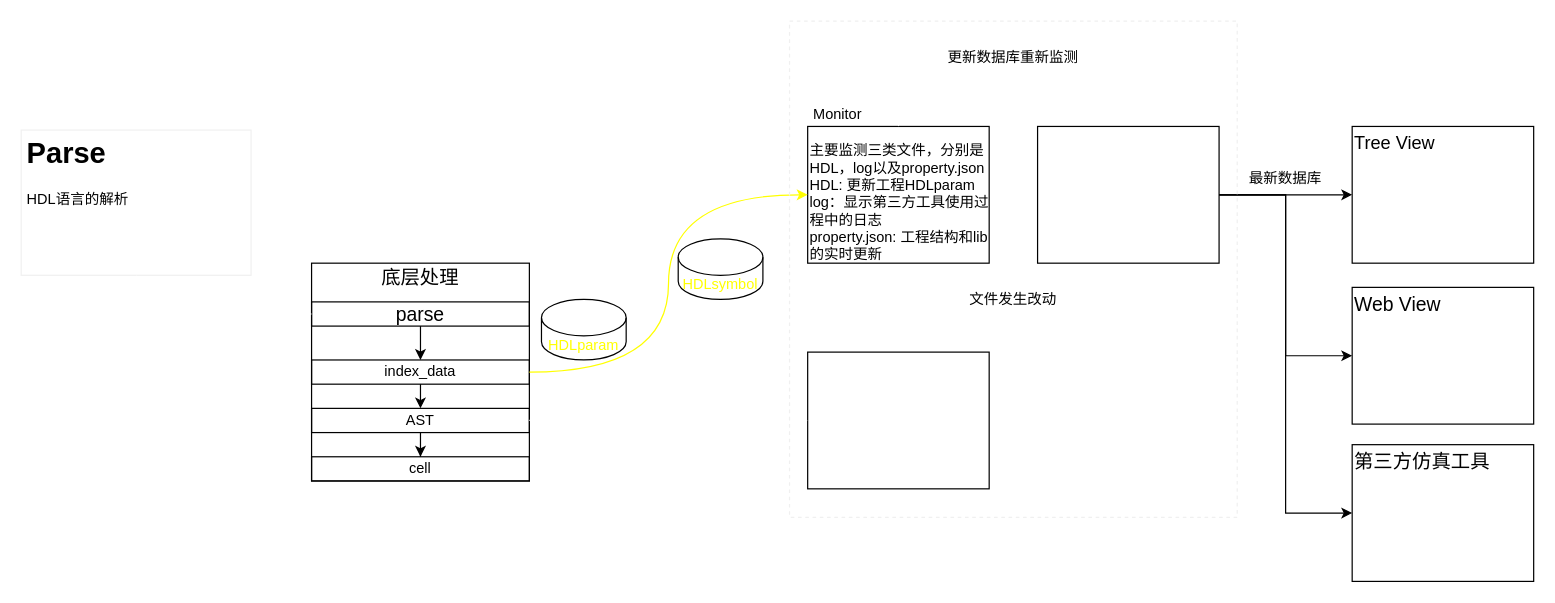
Above: page "理想框架" (2 of 3) of system.drawio in Kapechen/fpga_support_plug (draw.io), before the change. Source tidied: cells renumbered, new cells numbered last; positions are measured from the earlier drawing's top-left corner, leaving out a move shared by most shapes. Both pictures are drawn from the tidied source at 121%, with x=0, y=0 at pixel (21, 21).
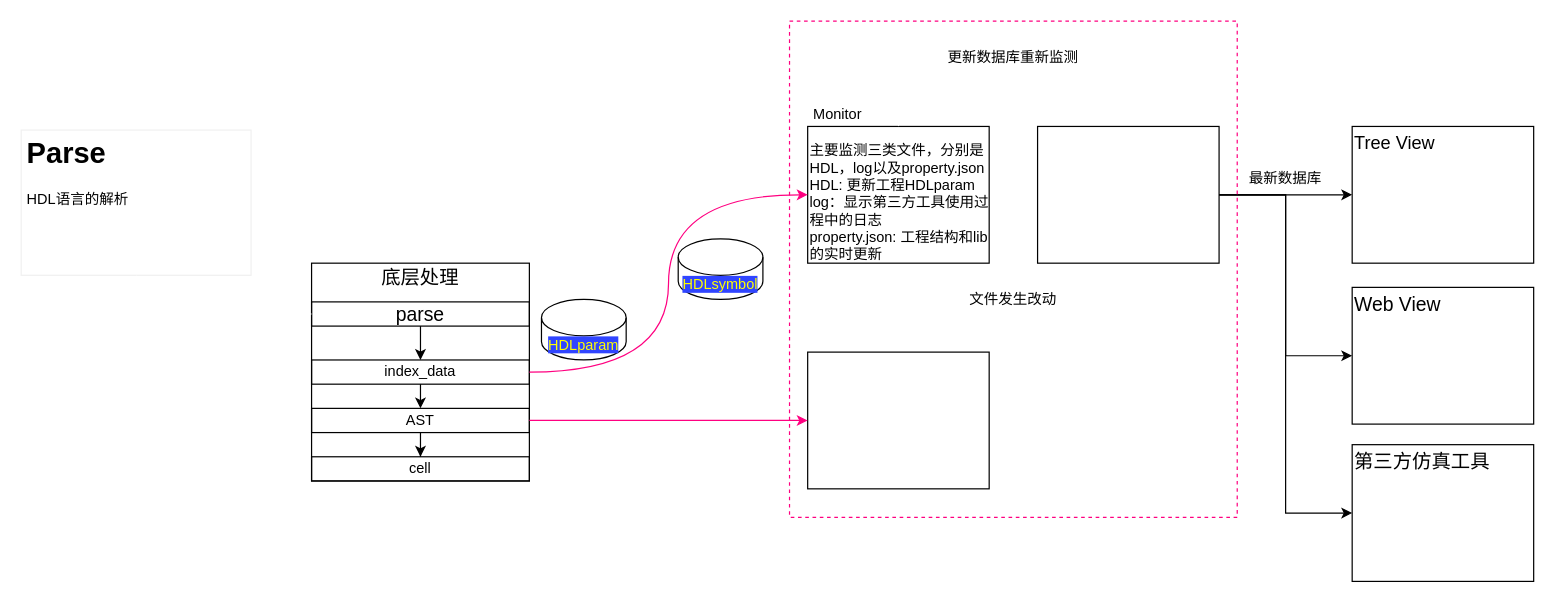
After the change.

The change refers to these unchanged cells:
```xml
<mxCell id="3" style="rounded=0;whiteSpace=wrap;html=1;fillColor=none;" parent="1" vertex="1">
  <mxGeometry x="650" y="87" width="150" height="113" as="geometry" />
</mxCell>
<mxCell id="10" value="index_data" style="rounded=0;whiteSpace=wrap;html=1;fillColor=none;" parent="6" vertex="1">
  <mxGeometry y="80" width="180" height="20" as="geometry" />
</mxCell>
<mxCell id="12" value="AST" style="rounded=0;whiteSpace=wrap;html=1;fillColor=none;" parent="6" vertex="1">
  <mxGeometry y="120" width="180" height="20" as="geometry" />
</mxCell>
<mxCell id="17" style="rounded=0;whiteSpace=wrap;html=1;fillColor=none;" parent="1" vertex="1">
  <mxGeometry x="650" y="273.5" width="150" height="113" as="geometry" />
</mxCell>
```

Diff of the diagram source:
```diff
@@
-    <mxCell id="4" value="&lt;span style=&quot;color: rgb(255 , 255 , 0)&quot;&gt;HDLparam&lt;/span&gt;" style="shape=cylinder3;whiteSpace=wrap;html=1;boundedLbl=1;backgroundOutline=1;size=15;fillColor=none;" parent="1" vertex="1">
+    <mxCell id="4" value="&lt;span style=&quot;color: rgb(255 , 255 , 0) ; background-color: rgb(48 , 69 , 255)&quot;&gt;HDLparam&lt;/span&gt;" style="shape=cylinder3;whiteSpace=wrap;html=1;boundedLbl=1;backgroundOutline=1;size=15;fillColor=none;" parent="1" vertex="1">
       <mxGeometry x="430" y="230" width="70" height="50" as="geometry" />
     </mxCell>
-    <mxCell id="5" value="&lt;span style=&quot;color: rgb(255 , 255 , 0)&quot;&gt;HDLsymbol&lt;/span&gt;" style="shape=cylinder3;whiteSpace=wrap;html=1;boundedLbl=1;backgroundOutline=1;size=15;fillColor=none;" parent="1" vertex="1">
+    <mxCell id="5" value="&lt;span style=&quot;color: rgb(255 , 255 , 0) ; background-color: rgb(48 , 69 , 255)&quot;&gt;HDLsymbol&lt;/span&gt;" style="shape=cylinder3;whiteSpace=wrap;html=1;boundedLbl=1;backgroundOutline=1;size=15;fillColor=none;" parent="1" vertex="1">
       <mxGeometry x="543" y="180" width="70" height="50" as="geometry" />
     </mxCell>
@@
-    <mxCell id="16" style="edgeStyle=orthogonalEdgeStyle;curved=1;rounded=0;jettySize=auto;html=1;exitX=1;exitY=0.5;exitDx=0;exitDy=0;entryX=0;entryY=0.5;entryDx=0;entryDy=0;strokeColor=#FFFF00;" parent="1" edge="1" source="10" target="3">
+    <mxCell id="16" style="edgeStyle=orthogonalEdgeStyle;curved=1;rounded=0;jettySize=auto;html=1;exitX=1;exitY=0.5;exitDx=0;exitDy=0;entryX=0;entryY=0.5;entryDx=0;entryDy=0;strokeColor=#FF0080;" parent="1" edge="1" source="10" target="3">
       <mxGeometry relative="1" as="geometry" />
     </mxCell>
@@
-    <mxCell id="25" style="edgeStyle=orthogonalEdgeStyle;curved=1;rounded=0;jettySize=auto;html=1;exitX=1;exitY=0.5;exitDx=0;exitDy=0;entryX=0;entryY=0.5;entryDx=0;entryDy=0;strokeColor=#FFFFFF;" parent="1" edge="1" source="12" target="17">
+    <mxCell id="25" style="edgeStyle=orthogonalEdgeStyle;curved=1;rounded=0;jettySize=auto;html=1;exitX=1;exitY=0.5;exitDx=0;exitDy=0;entryX=0;entryY=0.5;entryDx=0;entryDy=0;strokeColor=#FF0080;" parent="1" edge="1" source="12" target="17">
       <mxGeometry relative="1" as="geometry" />
     </mxCell>
-    <mxCell id="26" style="rounded=0;whiteSpace=wrap;html=1;strokeColor=#f0f0f0;fillColor=none;dashed=1;" parent="1" vertex="1">
+    <mxCell id="26" style="rounded=0;whiteSpace=wrap;html=1;strokeColor=#FF0080;fillColor=none;dashed=1;" parent="1" vertex="1">
       <mxGeometry x="635" width="370" height="410" as="geometry" />
     </mxCell>
```
